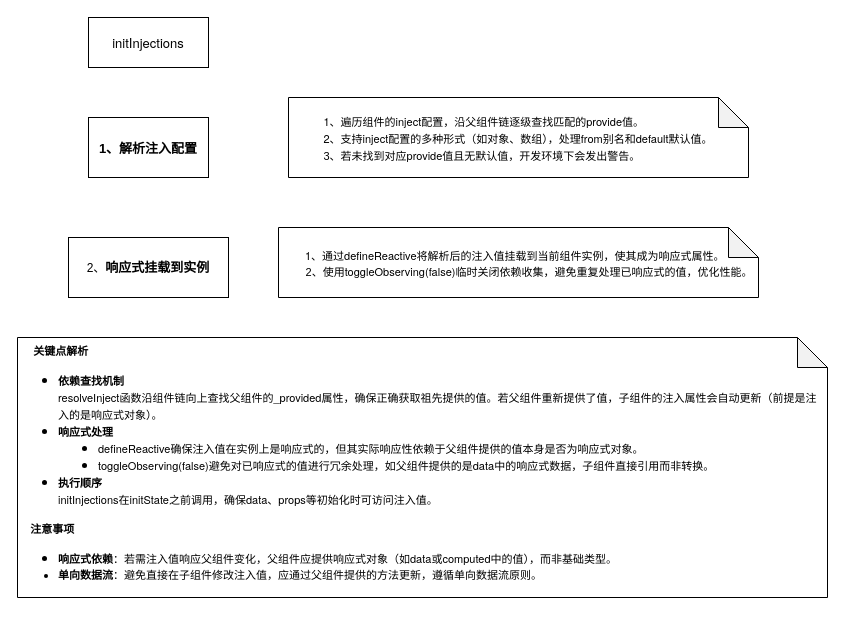
Above: summarize/initInjections.drawio in fightingtoday/vue-source (draw.io), before the change. Source tidied: cells renumbered, new cells numbered last; positions are measured from the earlier drawing's top-left corner, leaving out a move shared by most shapes. Both pictures are drawn from the tidied source at 100%, with x=0, y=0 at pixel (17, 17).
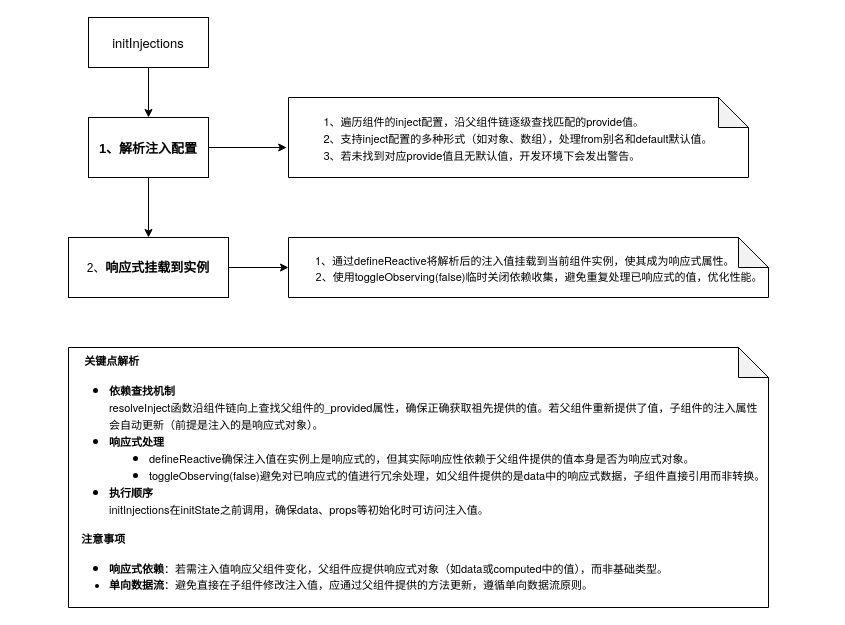
The same page after the edit.

What changed in the source:
```diff
@@
 <mxGraphModel>
   <root>
     <mxCell id="0" />
     <mxCell id="1" parent="0" />
+    <mxCell id="8" style="edgeStyle=orthogonalEdgeStyle;rounded=0;jettySize=auto;html=1;exitX=0.5;exitY=1;exitDx=0;exitDy=0;entryX=0.5;entryY=0;entryDx=0;entryDy=0;" parent="1" edge="1" source="2" target="3">
+      <mxGeometry relative="1" as="geometry" />
+    </mxCell>
     <mxCell id="2" value="&lt;p style=&quot;margin: 0px; font-variant-numeric: normal; font-variant-east-asian: normal; font-variant-alternates: normal; font-size-adjust: none; font-kerning: auto; font-optical-sizing: auto; font-feature-settings: normal; font-variation-settings: normal; font-variant-position: normal; font-variant-emoji: normal; font-stretch: normal; font-size: 13px; line-height: normal; font-family: &amp;quot;Helvetica Neue&amp;quot;; text-align: start;&quot; class=&quot;p1&quot;&gt;initInjections&lt;/p&gt;" style="rounded=0;whiteSpace=wrap;html=1;" parent="1" vertex="1">
       <mxGeometry x="71" width="120" height="50" as="geometry" />
     </mxCell>
+    <mxCell id="9" style="edgeStyle=orthogonalEdgeStyle;rounded=0;jettySize=auto;html=1;exitX=0.5;exitY=1;exitDx=0;exitDy=0;entryX=0.5;entryY=0;entryDx=0;entryDy=0;" parent="1" edge="1" source="3" target="4">
+      <mxGeometry relative="1" as="geometry" />
+    </mxCell>
     <mxCell id="3" value="&lt;p style=&quot;margin: 0px; font-variant-numeric: normal; font-variant-east-asian: normal; font-variant-alternates: normal; font-size-adjust: none; font-kerning: auto; font-optical-sizing: auto; font-feature-settings: normal; font-variation-settings: normal; font-variant-position: normal; font-variant-emoji: normal; font-stretch: normal; font-size: 13px; line-height: normal; font-family: &amp;quot;PingFang SC Semibold&amp;quot;; text-align: start;&quot; class=&quot;p1&quot;&gt;&lt;span style=&quot;font-variant-numeric: normal; font-variant-east-asian: normal; font-variant-alternates: normal; font-size-adjust: none; font-kerning: auto; font-optical-sizing: auto; font-feature-settings: normal; font-variation-settings: normal; font-variant-position: normal; font-variant-emoji: normal; font-stretch: normal; line-height: normal; font-family: &amp;quot;PingFang SC&amp;quot;;&quot; class=&quot;s1&quot;&gt;&lt;b&gt;1、解析注入配置&lt;/b&gt;&lt;/span&gt;&lt;/p&gt;" style="rounded=0;whiteSpace=wrap;html=1;" parent="1" vertex="1">
       <mxGeometry x="71" y="100" width="120" height="60" as="geometry" />
     </mxCell>
     <mxCell id="4" value="2、&lt;b style=&quot;font-family: &amp;quot;PingFang SC&amp;quot;; font-size: 13px; text-align: start; background-color: transparent; color: light-dark(rgb(0, 0, 0), rgb(255, 255, 255));&quot;&gt;响应式挂载到实例&lt;/b&gt;" style="rounded=0;whiteSpace=wrap;html=1;" parent="1" vertex="1">
       <mxGeometry x="51" y="220" width="160" height="60" as="geometry" />
     </mxCell>
     <mxCell id="5" value="&lt;p style=&quot;margin: 0px; font-variant-numeric: normal; font-variant-east-asian: normal; font-variant-alternates: normal; font-size-adjust: none; font-kerning: auto; font-optical-sizing: auto; font-feature-settings: normal; font-variation-settings: normal; font-variant-position: normal; font-variant-emoji: normal; font-stretch: normal; line-height: normal; font-family: &amp;quot;Helvetica Neue&amp;quot;; text-align: start;&quot; class=&quot;p1&quot;&gt;&lt;font style=&quot;font-size: 11px;&quot;&gt;1、遍历组件的inject配置，沿父组件链逐级查找匹配的provide值。&lt;/font&gt;&lt;/p&gt;&lt;p style=&quot;margin: 0px; font-variant-numeric: normal; font-variant-east-asian: normal; font-variant-alternates: normal; font-size-adjust: none; font-kerning: auto; font-optical-sizing: auto; font-feature-settings: normal; font-variation-settings: normal; font-variant-position: normal; font-variant-emoji: normal; font-stretch: normal; line-height: normal; font-family: &amp;quot;Helvetica Neue&amp;quot;; text-align: start;&quot; class=&quot;p1&quot;&gt;&lt;font style=&quot;font-size: 11px;&quot;&gt;2、支持inject配置的多种形式（如对象、数组），处理from别名和default默认值。&lt;/font&gt;&lt;/p&gt;&lt;p style=&quot;margin: 0px; font-variant-numeric: normal; font-variant-east-asian: normal; font-variant-alternates: normal; font-size-adjust: none; font-kerning: auto; font-optical-sizing: auto; font-feature-settings: normal; font-variation-settings: normal; font-variant-position: normal; font-variant-emoji: normal; font-stretch: normal; line-height: normal; font-family: &amp;quot;Helvetica Neue&amp;quot;; text-align: start;&quot; class=&quot;p1&quot;&gt;&lt;span style=&quot;font-size: 11px; font-family: &amp;quot;PingFang SC&amp;quot;; background-color: transparent; color: light-dark(rgb(0, 0, 0), rgb(255, 255, 255));&quot;&gt;3、若未找到对应&lt;/span&gt;&lt;span style=&quot;font-size: 11px; background-color: transparent; color: light-dark(rgb(0, 0, 0), rgb(255, 255, 255)); font-variant-numeric: normal; font-variant-east-asian: normal; font-variant-alternates: normal; font-size-adjust: none; font-kerning: auto; font-optical-sizing: auto; font-feature-settings: normal; font-variation-settings: normal; font-variant-position: normal; font-variant-emoji: normal; font-stretch: normal; line-height: normal;&quot; class=&quot;s1&quot;&gt;provide&lt;/span&gt;&lt;span style=&quot;font-size: 11px; font-family: &amp;quot;PingFang SC&amp;quot;; background-color: transparent; color: light-dark(rgb(0, 0, 0), rgb(255, 255, 255));&quot;&gt;值且无默认值，开发环境下会发出警告。&lt;/span&gt;&lt;/p&gt;" style="shape=note;whiteSpace=wrap;html=1;backgroundOutline=1;darkOpacity=0.05;" parent="1" vertex="1">
       <mxGeometry x="271" y="80" width="460" height="80" as="geometry" />
     </mxCell>
     <mxCell id="6" value="&lt;p style=&quot;margin: 0px; font-variant-numeric: normal; font-variant-east-asian: normal; font-variant-alternates: normal; font-size-adjust: none; font-kerning: auto; font-optical-sizing: auto; font-feature-settings: normal; font-variation-settings: normal; font-variant-position: normal; font-variant-emoji: normal; font-stretch: normal; line-height: normal; font-family: &amp;quot;Helvetica Neue&amp;quot;; text-align: start;&quot; class=&quot;p1&quot;&gt;&lt;font style=&quot;font-size: 11px;&quot;&gt;&amp;nbsp; &amp;nbsp; &amp;nbsp; &amp;nbsp;1、通过defineReactive将解析后的注入值挂载到当前组件实例，使其成为响应式属性。&lt;/font&gt;&lt;/p&gt;&lt;p style=&quot;margin: 0px 0px 0px 22px; font-variant-numeric: normal; font-variant-east-asian: normal; font-variant-alternates: normal; font-size-adjust: none; font-kerning: auto; font-optical-sizing: auto; font-feature-settings: normal; font-variation-settings: normal; font-variant-position: normal; font-variant-emoji: normal; font-stretch: normal; line-height: normal; font-family: &amp;quot;PingFang SC&amp;quot;; text-align: start;&quot; class=&quot;p2&quot;&gt;&lt;font style=&quot;font-size: 11px;&quot;&gt;2、使用&lt;span style=&quot;font-variant-numeric: normal; font-variant-east-asian: normal; font-variant-alternates: normal; font-size-adjust: none; font-kerning: auto; font-optical-sizing: auto; font-feature-settings: normal; font-variation-settings: normal; font-variant-position: normal; font-variant-emoji: normal; font-stretch: normal; line-height: normal; font-family: &amp;quot;Helvetica Neue&amp;quot;;&quot; class=&quot;s1&quot;&gt;toggleObserving(false)&lt;/span&gt;临时关闭依赖收集，避免重复处理已响应式的值，优化性能。&lt;/font&gt;&lt;/p&gt;" style="shape=note;whiteSpace=wrap;html=1;backgroundOutline=1;darkOpacity=0.05;" parent="1" vertex="1">
-      <mxGeometry x="261" y="210" width="480" height="70" as="geometry" />
+      <mxGeometry x="271" y="220" width="480" height="60" as="geometry" />
     </mxCell>
     <mxCell id="7" value="&lt;p style=&quot;margin: 0px 0px 2px; font-variant-numeric: normal; font-variant-east-asian: normal; font-variant-alternates: normal; font-size-adjust: none; font-kerning: auto; font-optical-sizing: auto; font-feature-settings: normal; font-variation-settings: normal; font-variant-position: normal; font-variant-emoji: normal; font-stretch: normal; line-height: normal; font-family: &amp;quot;Helvetica Neue&amp;quot;; text-align: start;&quot; class=&quot;p1&quot;&gt;&lt;b style=&quot;&quot;&gt;&lt;font style=&quot;font-size: 11px;&quot;&gt;&amp;nbsp; &amp;nbsp; &amp;nbsp;关键点解析&lt;/font&gt;&lt;/b&gt;&lt;/p&gt;&lt;ul style=&quot;text-align: start;&quot; class=&quot;ul1&quot;&gt;&lt;li style=&quot;margin: 0px; font-variant-numeric: normal; font-variant-east-asian: normal; font-variant-alternates: normal; font-size-adjust: none; font-kerning: auto; font-optical-sizing: auto; font-feature-settings: normal; font-variation-settings: normal; font-variant-position: normal; font-variant-emoji: normal; font-stretch: normal; line-height: normal; font-family: &amp;quot;Helvetica Neue&amp;quot;;&quot; class=&quot;li2&quot;&gt;&lt;font style=&quot;font-size: 11px;&quot;&gt;&lt;span style=&quot;font-variant-numeric: normal; font-variant-east-asian: normal; font-variant-alternates: normal; font-size-adjust: none; font-kerning: auto; font-optical-sizing: auto; font-feature-settings: normal; font-variation-settings: normal; font-variant-position: normal; font-variant-emoji: normal; font-stretch: normal; line-height: normal; font-family: Menlo;&quot; class=&quot;s1&quot;&gt;&lt;/span&gt;&lt;b&gt;依赖查找机制&lt;/b&gt;&lt;br&gt;resolveInject函数沿组件链向上查找父组件的_provided属性，确保正确获取祖先提供的值。若父组件重新提供了值，子组件的注入属性会自动更新（前提是注入的是响应式对象）。&lt;/font&gt;&lt;/li&gt;&lt;li style=&quot;margin: 0px; font-variant-numeric: normal; font-variant-east-asian: normal; font-variant-alternates: normal; font-size-adjust: none; font-kerning: auto; font-optical-sizing: auto; font-feature-settings: normal; font-variation-settings: normal; font-variant-position: normal; font-variant-emoji: normal; font-stretch: normal; line-height: normal; font-family: &amp;quot;Helvetica Neue&amp;quot;;&quot; class=&quot;li2&quot;&gt;&lt;font style=&quot;font-size: 11px;&quot;&gt;&lt;span style=&quot;font-variant-numeric: normal; font-variant-east-asian: normal; font-variant-alternates: normal; font-size-adjust: none; font-kerning: auto; font-optical-sizing: auto; font-feature-settings: normal; font-variation-settings: normal; font-variant-position: normal; font-variant-emoji: normal; font-stretch: normal; line-height: normal; font-family: Menlo;&quot; class=&quot;s1&quot;&gt;&lt;/span&gt;&lt;b&gt;响应式处理&lt;/b&gt;&lt;/font&gt;&lt;/li&gt;&lt;ul style=&quot;list-style-type: disc;&quot; class=&quot;ul1&quot;&gt;&lt;li style=&quot;margin: 0px; font-variant-numeric: normal; font-variant-east-asian: normal; font-variant-alternates: normal; font-size-adjust: none; font-kerning: auto; font-optical-sizing: auto; font-feature-settings: normal; font-variation-settings: normal; font-variant-position: normal; font-variant-emoji: normal; font-stretch: normal; line-height: normal; font-family: &amp;quot;Helvetica Neue&amp;quot;;&quot; class=&quot;li2&quot;&gt;&lt;font style=&quot;font-size: 11px;&quot;&gt;&lt;span style=&quot;font-variant-numeric: normal; font-variant-east-asian: normal; font-variant-alternates: normal; font-size-adjust: none; font-kerning: auto; font-optical-sizing: auto; font-feature-settings: normal; font-variation-settings: normal; font-variant-position: normal; font-variant-emoji: normal; font-stretch: normal; line-height: normal; font-family: Menlo;&quot; class=&quot;s1&quot;&gt;&lt;/span&gt;defineReactive确保注入值在实例上是响应式的，但其实际响应性依赖于父组件提供的值本身是否为响应式对象。&lt;/font&gt;&lt;/li&gt;&lt;li style=&quot;margin: 0px; font-variant-numeric: normal; font-variant-east-asian: normal; font-variant-alternates: normal; font-size-adjust: none; font-kerning: auto; font-optical-sizing: auto; font-feature-settings: normal; font-variation-settings: normal; font-variant-position: normal; font-variant-emoji: normal; font-stretch: normal; line-height: normal; font-family: &amp;quot;Helvetica Neue&amp;quot;;&quot; class=&quot;li2&quot;&gt;&lt;font style=&quot;font-size: 11px;&quot;&gt;&lt;span style=&quot;font-variant-numeric: normal; font-variant-east-asian: normal; font-variant-alternates: normal; font-size-adjust: none; font-kerning: auto; font-optical-sizing: auto; font-feature-settings: normal; font-variation-settings: normal; font-variant-position: normal; font-variant-emoji: normal; font-stretch: normal; line-height: normal; font-family: Menlo;&quot; class=&quot;s1&quot;&gt;&lt;/span&gt;toggleObserving(false)避免对已响应式的值进行冗余处理，如父组件提供的是data中的响应式数据，子组件直接引用而非转换。&lt;/font&gt;&lt;/li&gt;&lt;/ul&gt;&lt;li style=&quot;margin: 0px; font-variant-numeric: normal; font-variant-east-asian: normal; font-variant-alternates: normal; font-size-adjust: none; font-kerning: auto; font-optical-sizing: auto; font-feature-settings: normal; font-variation-settings: normal; font-variant-position: normal; font-variant-emoji: normal; font-stretch: normal; line-height: normal; font-family: &amp;quot;Helvetica Neue&amp;quot;;&quot; class=&quot;li2&quot;&gt;&lt;font style=&quot;font-size: 11px;&quot;&gt;&lt;span style=&quot;font-variant-numeric: normal; font-variant-east-asian: normal; font-variant-alternates: normal; font-size-adjust: none; font-kerning: auto; font-optical-sizing: auto; font-feature-settings: normal; font-variation-settings: normal; font-variant-position: normal; font-variant-emoji: normal; font-stretch: normal; line-height: normal; font-family: Menlo;&quot; class=&quot;s1&quot;&gt;&lt;/span&gt;&lt;b&gt;执行顺序&lt;/b&gt;&lt;br&gt;initInjections在initState之前调用，确保data、props等初始化时可访问注入值。&lt;/font&gt;&lt;/li&gt;&lt;/ul&gt;&lt;p style=&quot;margin: 0px 0px 2px; font-variant-numeric: normal; font-variant-east-asian: normal; font-variant-alternates: normal; font-size-adjust: none; font-kerning: auto; font-optical-sizing: auto; font-feature-settings: normal; font-variation-settings: normal; font-variant-position: normal; font-variant-emoji: normal; font-stretch: normal; line-height: normal; font-family: &amp;quot;Helvetica Neue&amp;quot;; text-align: start;&quot; class=&quot;p1&quot;&gt;&lt;b&gt;&lt;font style=&quot;font-size: 11px;&quot;&gt;&amp;nbsp; &amp;nbsp; 注意事项&lt;/font&gt;&lt;/b&gt;&lt;/p&gt;&lt;ul style=&quot;text-align: start;&quot; class=&quot;ul1&quot;&gt;&lt;li style=&quot;margin: 0px; font-variant-numeric: normal; font-variant-east-asian: normal; font-variant-alternates: normal; font-size-adjust: none; font-kerning: auto; font-optical-sizing: auto; font-feature-settings: normal; font-variation-settings: normal; font-variant-position: normal; font-variant-emoji: normal; font-stretch: normal; line-height: normal; font-family: &amp;quot;Helvetica Neue&amp;quot;;&quot; class=&quot;li2&quot;&gt;&lt;font style=&quot;font-size: 11px;&quot;&gt;&lt;span style=&quot;font-variant-numeric: normal; font-variant-east-asian: normal; font-variant-alternates: normal; font-size-adjust: none; font-kerning: auto; font-optical-sizing: auto; font-feature-settings: normal; font-variation-settings: normal; font-variant-position: normal; font-variant-emoji: normal; font-stretch: normal; line-height: normal; font-family: Menlo;&quot; class=&quot;s1&quot;&gt;&lt;/span&gt;&lt;b&gt;响应式依赖&lt;/b&gt;：若需注入值响应父组件变化，父组件应提供响应式对象（如data或computed中的值），而非基础类型。&lt;/font&gt;&lt;/li&gt;&lt;li style=&quot;margin: 0px; font-variant-numeric: normal; font-variant-east-asian: normal; font-variant-alternates: normal; font-size-adjust: none; font-kerning: auto; font-optical-sizing: auto; font-feature-settings: normal; font-variation-settings: normal; font-variant-position: normal; font-variant-emoji: normal; font-stretch: normal; line-height: normal; font-family: &amp;quot;PingFang SC&amp;quot;;&quot; class=&quot;li4&quot;&gt;&lt;font style=&quot;font-size: 11px;&quot;&gt;&lt;span style=&quot;font-variant-numeric: normal; font-variant-east-asian: normal; font-variant-alternates: normal; font-size-adjust: none; font-kerning: auto; font-optical-sizing: auto; font-feature-settings: normal; font-variation-settings: normal; font-variant-position: normal; font-variant-emoji: normal; line-height: normal; font-family: Menlo; font-stretch: normal;&quot; class=&quot;s1&quot;&gt;&lt;/span&gt;&lt;b style=&quot;&quot;&gt;单向数据流&lt;/b&gt;：避免直接在子组件修改注入值，应通过父组件提供的方法更新，遵循单向数据流原则。&lt;/font&gt;&lt;/li&gt;&lt;/ul&gt;" style="shape=note;whiteSpace=wrap;html=1;backgroundOutline=1;darkOpacity=0.05;" parent="1" vertex="1">
-      <mxGeometry y="320" width="810" height="260" as="geometry" />
+      <mxGeometry x="51" y="330" width="700" height="260" as="geometry" />
     </mxCell>
+    <mxCell id="10" style="edgeStyle=orthogonalEdgeStyle;rounded=0;jettySize=auto;html=1;exitX=1;exitY=0.5;exitDx=0;exitDy=0;entryX=-0.004;entryY=0.625;entryDx=0;entryDy=0;entryPerimeter=0;" parent="1" edge="1" source="3" target="5">
+      <mxGeometry relative="1" as="geometry" />
+    </mxCell>
+    <mxCell id="11" style="edgeStyle=orthogonalEdgeStyle;rounded=0;jettySize=auto;html=1;exitX=1;exitY=0.5;exitDx=0;exitDy=0;entryX=0;entryY=0.5;entryDx=0;entryDy=0;entryPerimeter=0;" parent="1" edge="1" source="4" target="6">
+      <mxGeometry relative="1" as="geometry" />
+    </mxCell>
   </root>
 </mxGraphModel>
```
